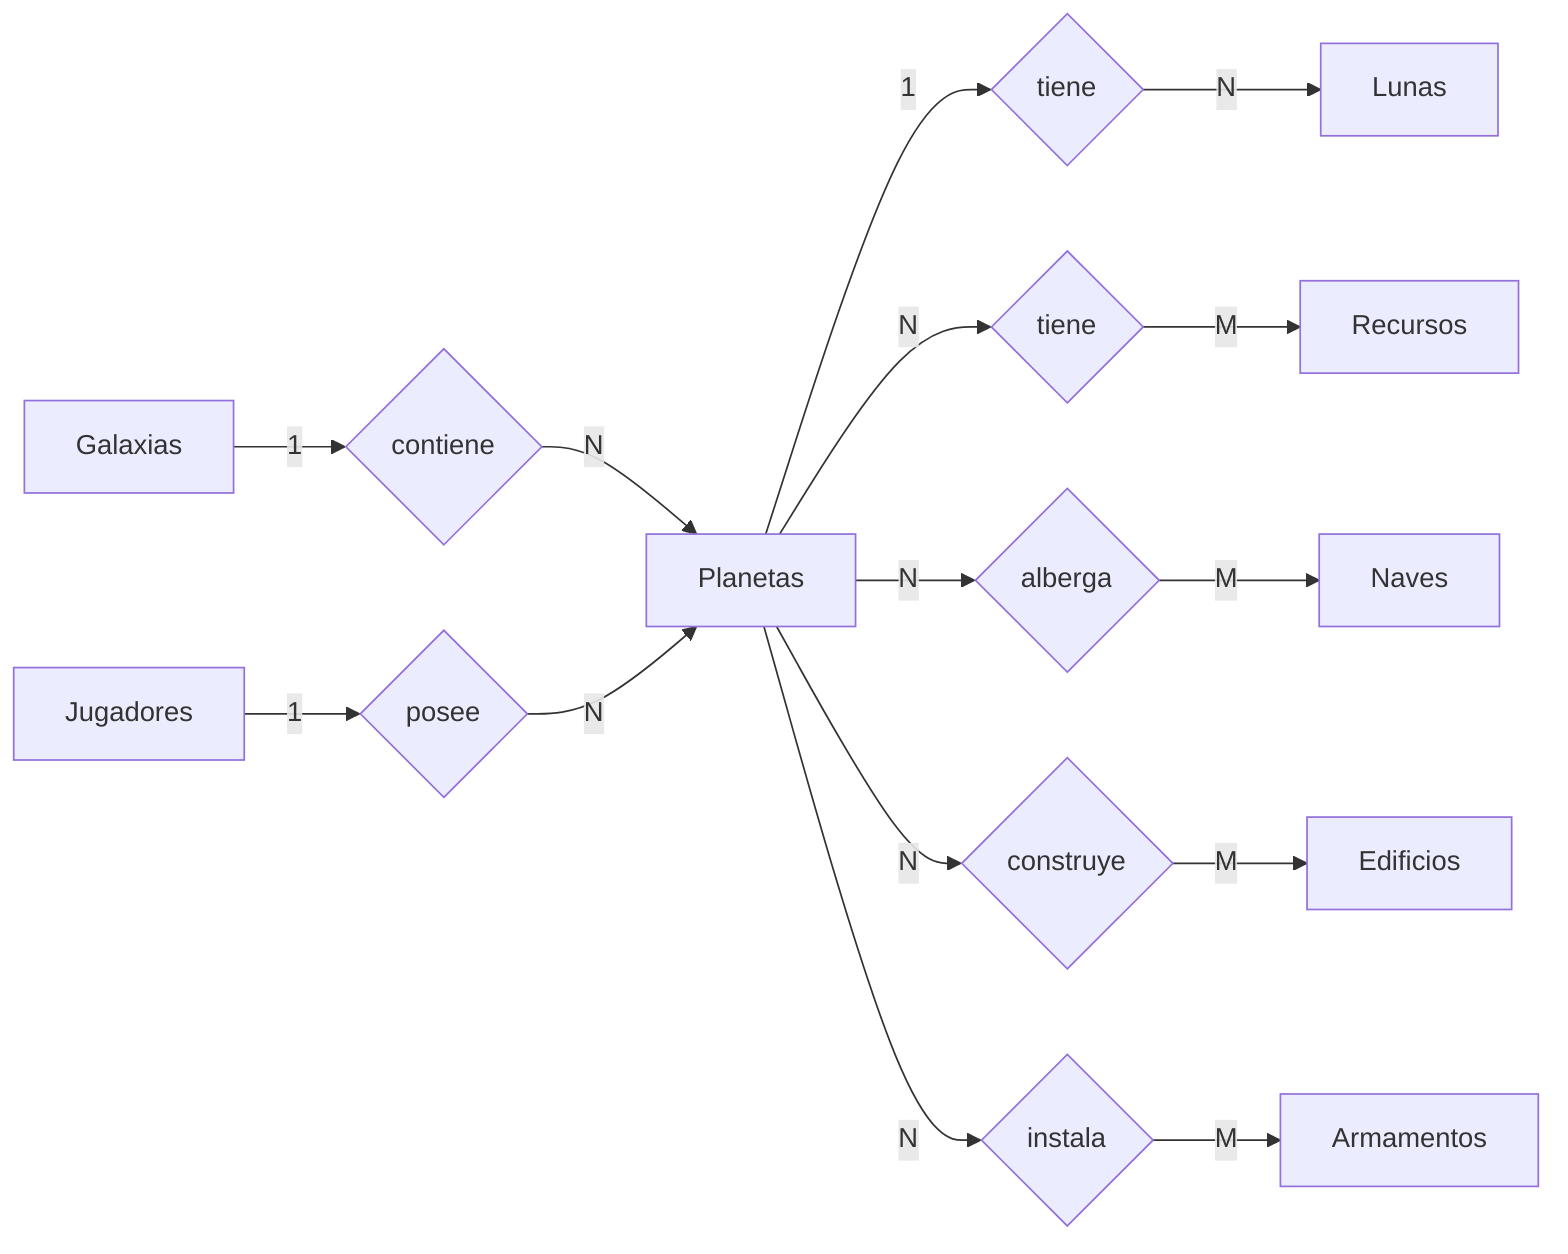
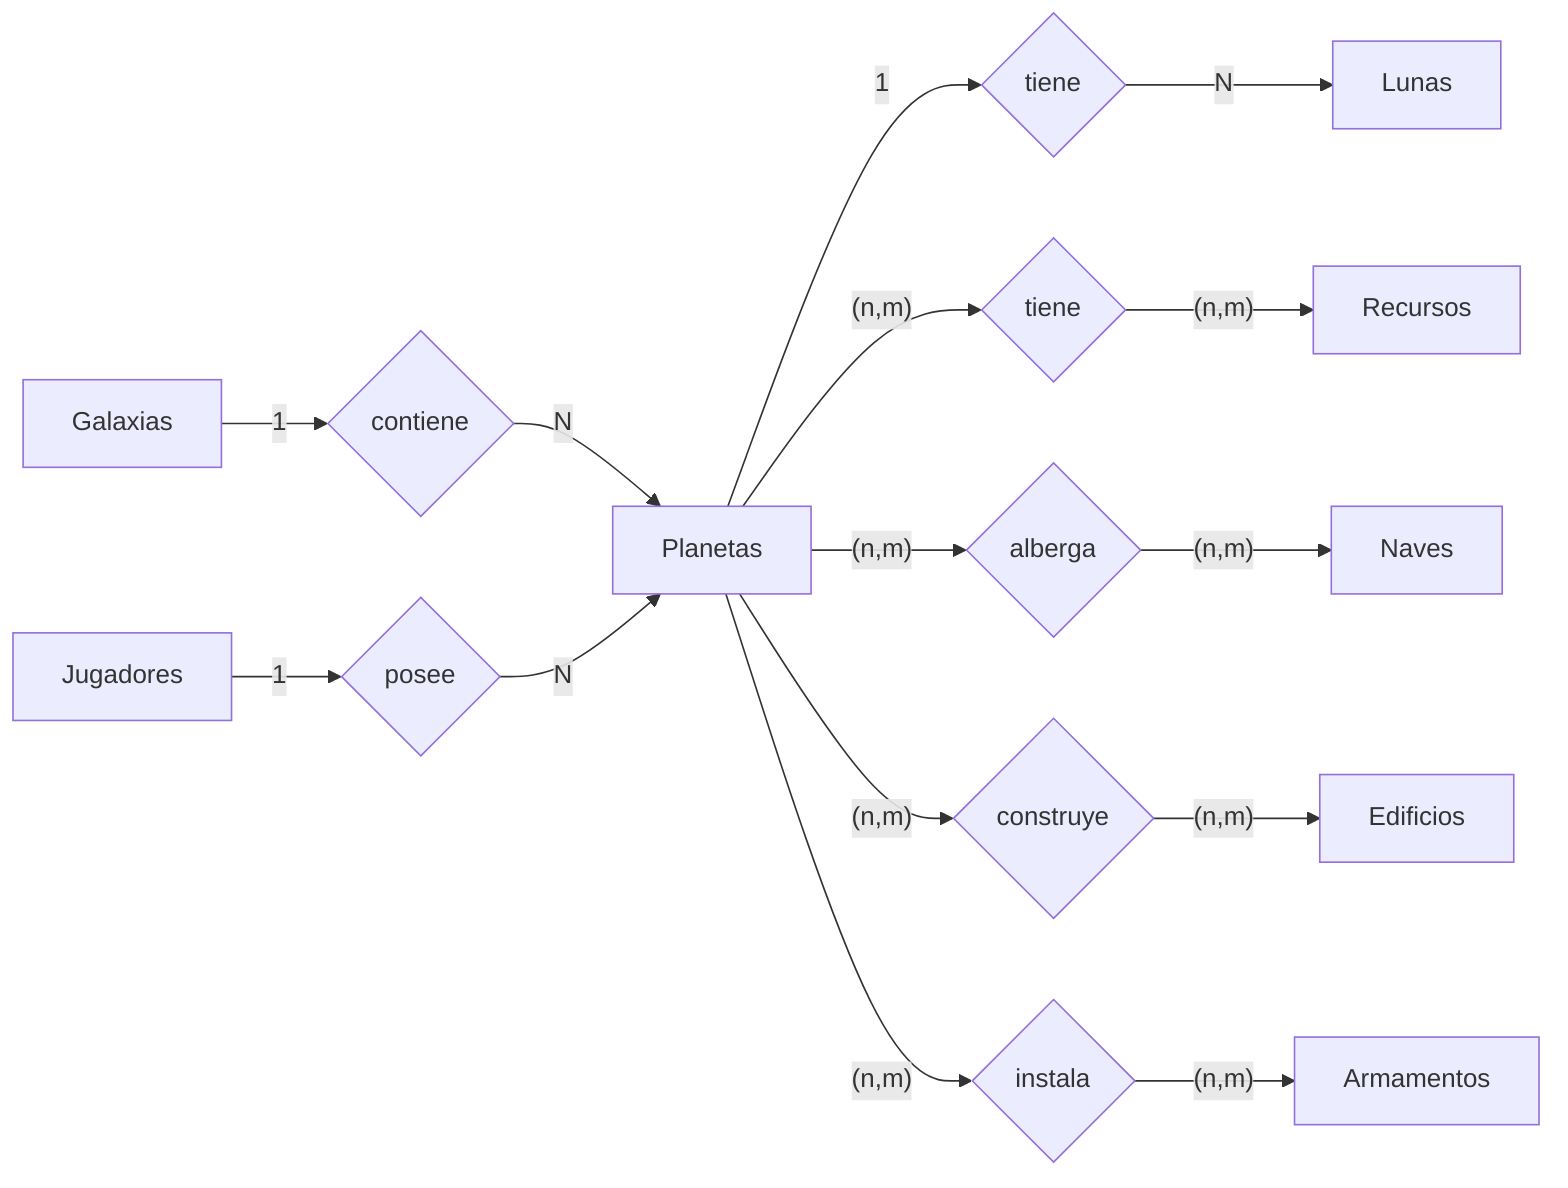
flowchart LR
    J[Jugadores]
    G[Galaxias]
    P[Planetas]
    L[Lunas]
    R[Recursos]
    N[Naves]
    E[Edificios]
    A[Armamentos]

    RG{contiene}
    RJ{posee}
    RL{tiene}
    RR{tiene}
    RN{alberga}
    RE{construye}
    RA{instala}

    G -- "1" --> RG
    RG -- "N" --> P

    J -- "1" --> RJ
    RJ -- "N" --> P

    P -- "1" --> RL
    RL -- "N" --> L

-     P -- "N" --> RR
-     RR -- "M" --> R
+     P -- "(n,m)" --> RR
+     RR -- "(n,m)" --> R

-     P -- "N" --> RN
-     RN -- "M" --> N
+     P -- "(n,m)" --> RN
+     RN -- "(n,m)" --> N

-     P -- "N" --> RE
-     RE -- "M" --> E
+     P -- "(n,m)" --> RE
+     RE -- "(n,m)" --> E

-     P -- "N" --> RA
-     RA -- "M" --> A
+     P -- "(n,m)" --> RA
+     RA -- "(n,m)" --> A
